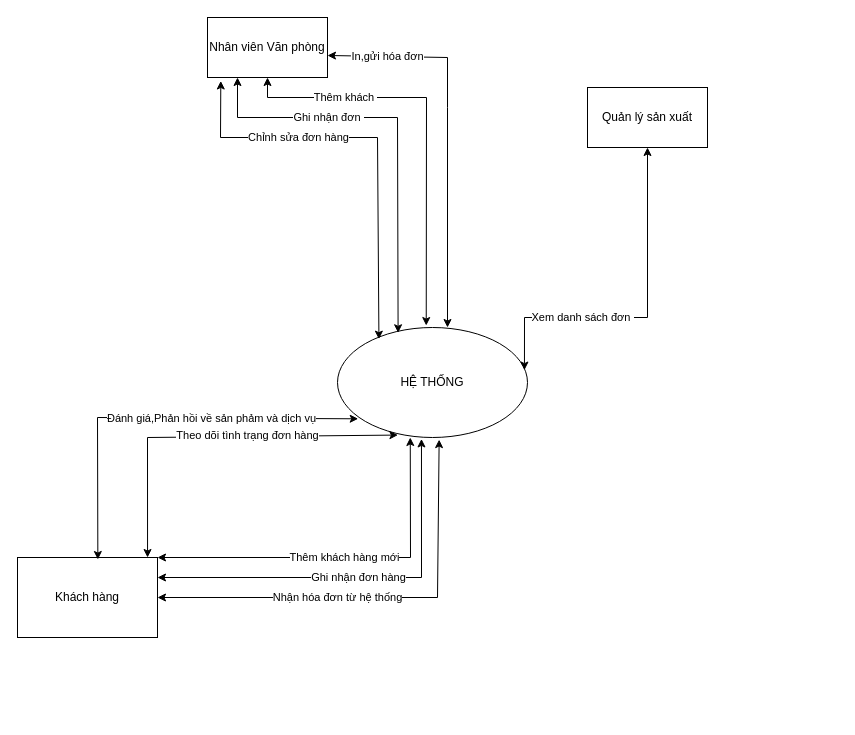
Before: Quanlydonhanng_Bai2_context.drawio in NgoAnhThanThien/thanthien123, a draw.io diagram. Source tidied: cells renumbered, new cells numbered last; positions are measured from the earlier drawing's top-left corner, leaving out a move shared by most shapes. Both pictures are drawn from the tidied source at 100%, with x=0, y=0 at pixel (17, 17).
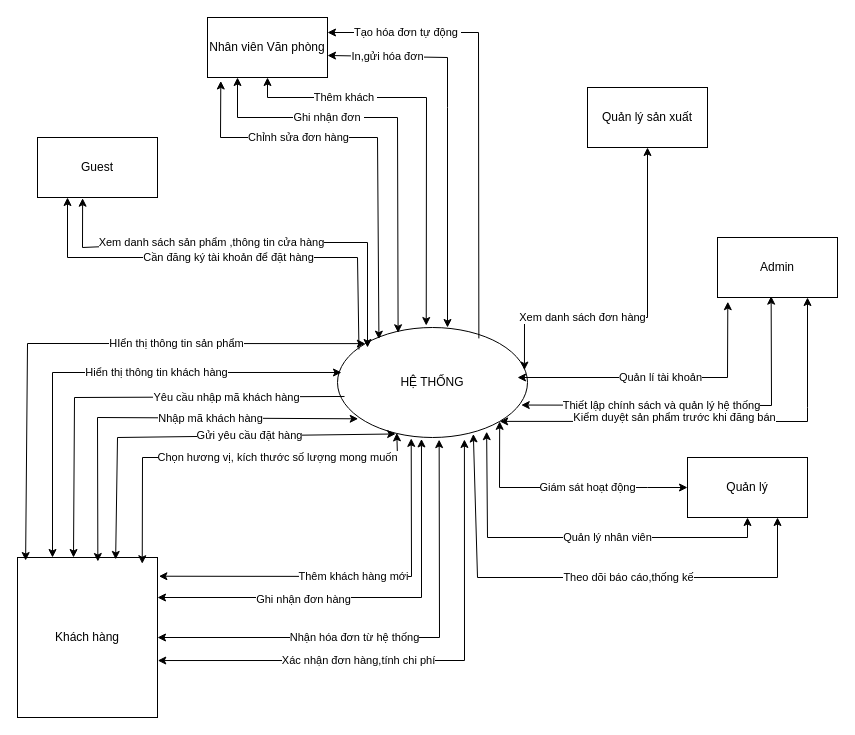
After the change.

The change refers to these unchanged cells:
```xml
<mxCell id="2" value="HỆ THỐNG" style="ellipse;whiteSpace=wrap;html=1;" parent="1" vertex="1">
  <mxGeometry x="320" y="310" width="190" height="110" as="geometry" />
</mxCell>
<mxCell id="4" value="Nhân viên Văn phòng" style="rounded=0;whiteSpace=wrap;html=1;" parent="1" vertex="1">
  <mxGeometry x="190" width="120" height="60" as="geometry" />
</mxCell>
<mxCell id="5" value="Quản lý sản xuất" style="rounded=0;whiteSpace=wrap;html=1;" parent="1" vertex="1">
  <mxGeometry x="570" y="70" width="120" height="60" as="geometry" />
</mxCell>
```

Change to the diagram source:
```diff
@@
     <mxCell id="3" value="Khách hàng" style="rounded=0;whiteSpace=wrap;html=1;" parent="1" vertex="1">
-      <mxGeometry y="540" width="140" height="80" as="geometry" />
+      <mxGeometry y="540" width="140" height="160" as="geometry" />
     </mxCell>
@@
-    <mxCell id="6" value="Thêm khách hàng mới" style="endArrow=classic;startArrow=classic;html=1;rounded=0;exitX=1;exitY=0;exitDx=0;exitDy=0;entryX=0.383;entryY=1;entryDx=0;entryDy=0;entryPerimeter=0;" parent="1" edge="1" source="3" target="2">
+    <mxCell id="6" value="Thêm khách hàng mới" style="endArrow=classic;startArrow=classic;html=1;rounded=0;exitX=1.01;exitY=0.117;exitDx=0;exitDy=0;entryX=0.388;entryY=1.008;entryDx=0;entryDy=0;entryPerimeter=0;exitPerimeter=0;" parent="1" edge="1" source="3" target="2">
       <mxGeometry relative="1" as="geometry">
         <Array as="points">
-          <mxPoint x="393" y="540" />
+          <mxPoint x="394" y="559" />
         </Array>
       </mxGeometry>
     </mxCell>
     <mxCell id="7" value="Ghi nhận đơn hàng" style="endArrow=classic;startArrow=classic;html=1;rounded=0;exitX=1;exitY=0.25;exitDx=0;exitDy=0;entryX=0.442;entryY=1.013;entryDx=0;entryDy=0;entryPerimeter=0;" parent="1" edge="1" source="3" target="2">
-      <mxGeometry relative="1" as="geometry">
+      <mxGeometry x="-0.31" y="-2" relative="1" as="geometry">
         <Array as="points">
-          <mxPoint x="404" y="560" />
+          <mxPoint x="404" y="580" />
         </Array>
       </mxGeometry>
     </mxCell>
     <mxCell id="8" value="Nhận hóa đơn từ hệ thống" style="endArrow=classic;startArrow=classic;html=1;rounded=0;entryX=0.535;entryY=1.019;entryDx=0;entryDy=0;exitX=1;exitY=0.5;exitDx=0;exitDy=0;entryPerimeter=0;" parent="1" edge="1" source="3" target="2">
       <mxGeometry x="-0.18" relative="1" as="geometry">
         <Array as="points">
-          <mxPoint x="420" y="580" />
+          <mxPoint x="422" y="620" />
         </Array>
       </mxGeometry>
     </mxCell>
-    <mxCell id="9" value="Theo dõi tình trạng đơn hàng" style="endArrow=classic;startArrow=classic;html=1;rounded=0;exitX=0.929;exitY=0;exitDx=0;exitDy=0;exitPerimeter=0;entryX=0.318;entryY=0.978;entryDx=0;entryDy=0;entryPerimeter=0;" parent="1" edge="1" source="3" target="2">
-      <mxGeometry x="0.19" y="1" relative="1" as="geometry">
-        <Array as="points">
-          <mxPoint x="130" y="420" />
-        </Array>
-      </mxGeometry>
-    </mxCell>
-    <mxCell id="10" value="Đánh giá,Phản hồi về sản phảm và dịch vụ" style="endArrow=classic;startArrow=classic;html=1;rounded=0;exitX=0.574;exitY=0.025;exitDx=0;exitDy=0;exitPerimeter=0;entryX=0.109;entryY=0.83;entryDx=0;entryDy=0;entryPerimeter=0;" parent="1" edge="1" source="3" target="2">
+    <mxCell id="10" value="Nhập mã khách hàng" style="endArrow=classic;startArrow=classic;html=1;rounded=0;exitX=0.574;exitY=0.025;exitDx=0;exitDy=0;exitPerimeter=0;entryX=0.109;entryY=0.83;entryDx=0;entryDy=0;entryPerimeter=0;" parent="1" edge="1" source="3" target="2">
       <mxGeometry x="0.27" relative="1" as="geometry">
         <Array as="points">
           <mxPoint x="80" y="400" />
         </Array>
       </mxGeometry>
     </mxCell>
@@
-    <mxCell id="14" value="Xem danh sách đơn&amp;nbsp;" style="endArrow=classic;startArrow=classic;html=1;rounded=0;exitX=0.984;exitY=0.387;exitDx=0;exitDy=0;exitPerimeter=0;entryX=0.5;entryY=1;entryDx=0;entryDy=0;" parent="1" edge="1" source="2" target="5">
+    <mxCell id="14" value="Xem danh sách đơn hàng" style="endArrow=classic;startArrow=classic;html=1;rounded=0;exitX=0.984;exitY=0.387;exitDx=0;exitDy=0;exitPerimeter=0;entryX=0.5;entryY=1;entryDx=0;entryDy=0;" parent="1" edge="1" source="2" target="5">
       <mxGeometry x="-0.36" relative="1" as="geometry">
         <Array as="points">
           <mxPoint x="507" y="300" />
           <mxPoint x="630" y="300" />
         </Array>
       </mxGeometry>
     </mxCell>
@@
+    <mxCell id="16" value="Yêu cầu nhập mã khách hàng" style="endArrow=classic;html=1;rounded=0;entryX=0.4;entryY=0;entryDx=0;entryDy=0;entryPerimeter=0;exitX=0.037;exitY=0.627;exitDx=0;exitDy=0;exitPerimeter=0;" parent="1" edge="1" source="2" target="3">
+      <mxGeometry x="-0.45" y="1" relative="1" as="geometry">
+        <Array as="points">
+          <mxPoint x="57" y="380" />
+        </Array>
+      </mxGeometry>
+    </mxCell>
+    <mxCell id="17" value="Hiển thị thông tin khách hàng" style="endArrow=classic;startArrow=classic;html=1;rounded=0;exitX=0.25;exitY=0;exitDx=0;exitDy=0;entryX=0.021;entryY=0.409;entryDx=0;entryDy=0;entryPerimeter=0;" parent="1" edge="1" source="3" target="2">
+      <mxGeometry x="0.22" relative="1" as="geometry">
+        <Array as="points">
+          <mxPoint x="35" y="355" />
+        </Array>
+      </mxGeometry>
+    </mxCell>
+    <mxCell id="18" value="Chọn hương vị, kích thước số lượng mong muốn" style="endArrow=classic;startArrow=classic;html=1;rounded=0;entryX=0.312;entryY=0.958;entryDx=0;entryDy=0;entryPerimeter=0;exitX=0.891;exitY=0.039;exitDx=0;exitDy=0;exitPerimeter=0;" parent="1" edge="1" source="3" target="2">
+      <mxGeometry x="0.25" relative="1" as="geometry">
+        <Array as="points">
+          <mxPoint x="125" y="440" />
+          <mxPoint x="380" y="440" />
+        </Array>
+      </mxGeometry>
+    </mxCell>
+    <mxCell id="19" value="HIển thị thông tin sản phẩm" style="endArrow=classic;startArrow=classic;html=1;rounded=0;exitX=0.058;exitY=0.019;exitDx=0;exitDy=0;exitPerimeter=0;entryX=0;entryY=0;entryDx=0;entryDy=0;" parent="1" edge="1" source="3" target="2">
+      <mxGeometry x="0.32" relative="1" as="geometry">
+        <Array as="points">
+          <mxPoint x="10" y="326" />
+        </Array>
+      </mxGeometry>
+    </mxCell>
+    <mxCell id="20" value="Gửi yêu cầu đặt hàng" style="endArrow=classic;startArrow=classic;html=1;rounded=0;exitX=0.701;exitY=0.012;exitDx=0;exitDy=0;exitPerimeter=0;entryX=0.306;entryY=0.968;entryDx=0;entryDy=0;entryPerimeter=0;" parent="1" edge="1" source="3" target="2">
+      <mxGeometry x="0.27" relative="1" as="geometry">
+        <Array as="points">
+          <mxPoint x="100" y="420" />
+        </Array>
+      </mxGeometry>
+    </mxCell>
+    <mxCell id="21" value="Xác nhận đơn hàng,tính chi phí" style="endArrow=classic;startArrow=classic;html=1;rounded=0;entryX=0.668;entryY=1.018;entryDx=0;entryDy=0;entryPerimeter=0;exitX=1.002;exitY=0.644;exitDx=0;exitDy=0;exitPerimeter=0;" parent="1" edge="1" source="3" target="2">
+      <mxGeometry x="-0.24" relative="1" as="geometry">
+        <Array as="points">
+          <mxPoint x="447" y="643" />
+        </Array>
+      </mxGeometry>
+    </mxCell>
+    <mxCell id="22" value="Tạo hóa đơn tự động&amp;nbsp;" style="endArrow=classic;html=1;rounded=0;entryX=1;entryY=0.25;entryDx=0;entryDy=0;exitX=0.744;exitY=0.099;exitDx=0;exitDy=0;exitPerimeter=0;" parent="1" edge="1" source="2" target="4">
+      <mxGeometry x="0.65" relative="1" as="geometry">
+        <Array as="points">
+          <mxPoint x="461" y="15" />
+        </Array>
+      </mxGeometry>
+    </mxCell>
+    <mxCell id="23" value="Admin" style="rounded=0;whiteSpace=wrap;html=1;" parent="1" vertex="1">
+      <mxGeometry x="700" y="220" width="120" height="60" as="geometry" />
+    </mxCell>
+    <mxCell id="24" value="Quản lí tài khoản" style="endArrow=classic;startArrow=classic;html=1;rounded=0;exitX=0.086;exitY=1.07;exitDx=0;exitDy=0;exitPerimeter=0;" parent="1" edge="1" source="23">
+      <mxGeometry relative="1" as="geometry">
+        <mxPoint x="500" y="360" as="targetPoint" />
+        <Array as="points">
+          <mxPoint x="710" y="360" />
+        </Array>
+      </mxGeometry>
+    </mxCell>
+    <mxCell id="25" value="Quản lý" style="rounded=0;whiteSpace=wrap;html=1;" parent="1" vertex="1">
+      <mxGeometry x="670" y="440" width="120" height="60" as="geometry" />
+    </mxCell>
+    <mxCell id="26" value="Quản lý nhân viên" style="endArrow=classic;startArrow=classic;html=1;rounded=0;entryX=0.5;entryY=1;entryDx=0;entryDy=0;exitX=0.785;exitY=0.947;exitDx=0;exitDy=0;exitPerimeter=0;" parent="1" edge="1" source="2" target="25">
+      <mxGeometry x="0.17" relative="1" as="geometry">
+        <Array as="points">
+          <mxPoint x="470" y="520" />
+          <mxPoint x="730" y="520" />
+        </Array>
+      </mxGeometry>
+    </mxCell>
+    <mxCell id="27" value="Thiết lập chính sách và quản lý hệ thống" style="endArrow=classic;startArrow=classic;html=1;rounded=0;entryX=0.967;entryY=0.705;entryDx=0;entryDy=0;entryPerimeter=0;exitX=0.447;exitY=0.978;exitDx=0;exitDy=0;exitPerimeter=0;" parent="1" edge="1" source="23" target="2">
+      <mxGeometry x="0.22" relative="1" as="geometry">
+        <Array as="points">
+          <mxPoint x="754" y="388" />
+        </Array>
+      </mxGeometry>
+    </mxCell>
+    <mxCell id="28" value="Kiểm duyệt sản phẩm trước khi đăng bán" style="endArrow=classic;startArrow=classic;html=1;rounded=0;exitX=0.75;exitY=1;exitDx=0;exitDy=0;entryX=1;entryY=1;entryDx=0;entryDy=0;" parent="1" edge="1" source="23" target="2">
+      <mxGeometry x="0.19" y="-4" relative="1" as="geometry">
+        <Array as="points">
+          <mxPoint x="790" y="390" />
+          <mxPoint x="790" y="404" />
+        </Array>
+      </mxGeometry>
+    </mxCell>
+    <mxCell id="29" value="Giám sát hoạt động" style="endArrow=classic;startArrow=classic;html=1;rounded=0;exitX=1;exitY=1;exitDx=0;exitDy=0;entryX=0;entryY=0.5;entryDx=0;entryDy=0;" parent="1" edge="1" source="2" target="25">
+      <mxGeometry x="0.21" relative="1" as="geometry">
+        <Array as="points">
+          <mxPoint x="482" y="470" />
+          <mxPoint x="630" y="470" />
+        </Array>
+      </mxGeometry>
+    </mxCell>
+    <mxCell id="30" value="Theo dõi báo cáo,thống kế" style="endArrow=classic;startArrow=classic;html=1;rounded=0;exitX=0.715;exitY=0.968;exitDx=0;exitDy=0;exitPerimeter=0;entryX=0.75;entryY=1;entryDx=0;entryDy=0;" parent="1" edge="1" source="2" target="25">
+      <mxGeometry x="0.17" relative="1" as="geometry">
+        <Array as="points">
+          <mxPoint x="460" y="560" />
+          <mxPoint x="760" y="560" />
+        </Array>
+      </mxGeometry>
+    </mxCell>
+    <mxCell id="31" value="Guest" style="rounded=0;whiteSpace=wrap;html=1;" parent="1" vertex="1">
+      <mxGeometry x="20" y="120" width="120" height="60" as="geometry" />
+    </mxCell>
+    <mxCell id="32" value="Xem danh sách sản phẩm ,thông tin cửa hàng" style="endArrow=classic;startArrow=classic;html=1;rounded=0;exitX=0.376;exitY=1.012;exitDx=0;exitDy=0;exitPerimeter=0;" parent="1" edge="1" source="31">
+      <mxGeometry x="-0.19" relative="1" as="geometry">
+        <mxPoint x="350" y="330" as="targetPoint" />
+        <Array as="points">
+          <mxPoint x="65" y="230" />
+          <mxPoint x="180" y="225" />
+          <mxPoint x="350" y="225" />
+        </Array>
+      </mxGeometry>
+    </mxCell>
+    <mxCell id="33" value="Cần đăng ký tài khoản để đặt hàng" style="endArrow=classic;html=1;rounded=0;entryX=0.25;entryY=1;entryDx=0;entryDy=0;exitX=0.113;exitY=0.2;exitDx=0;exitDy=0;exitPerimeter=0;" parent="1" edge="1" source="2" target="31">
+      <mxGeometry relative="1" as="geometry">
+        <Array as="points">
+          <mxPoint x="340" y="240" />
+          <mxPoint x="210" y="240" />
+          <mxPoint x="50" y="240" />
+        </Array>
+      </mxGeometry>
+    </mxCell>
```
